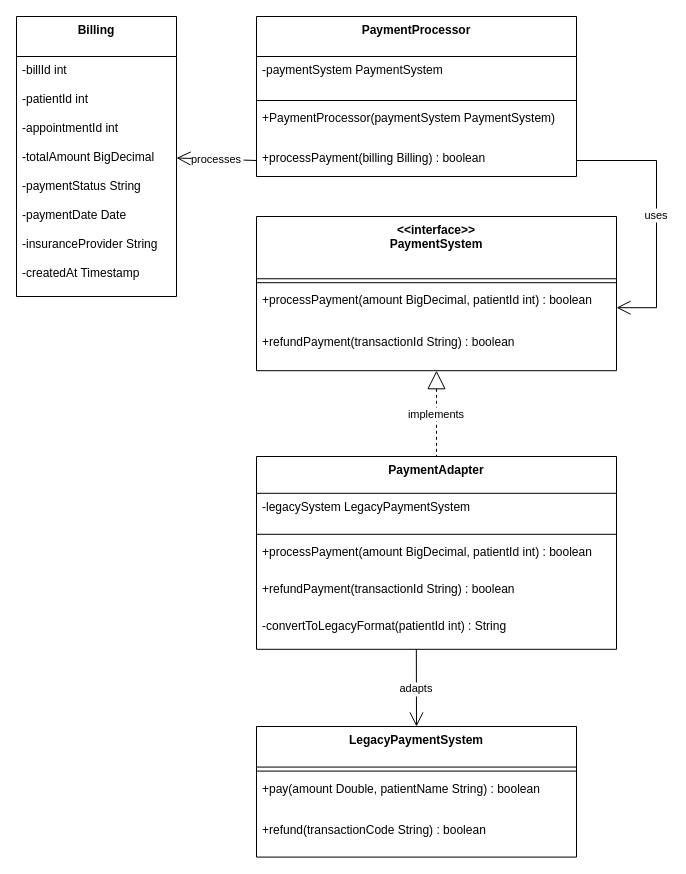
This is uml/Adapter.drawio from TAAgnes3110/DesignPatterns, a draw.io file, before an edit. Source tidied: cells renumbered, new cells numbered last; positions are measured from the earlier drawing's top-left corner, leaving out a move shared by most shapes. Both pictures are drawn from the tidied source at 100%, with x=0, y=0 at pixel (16, 16).
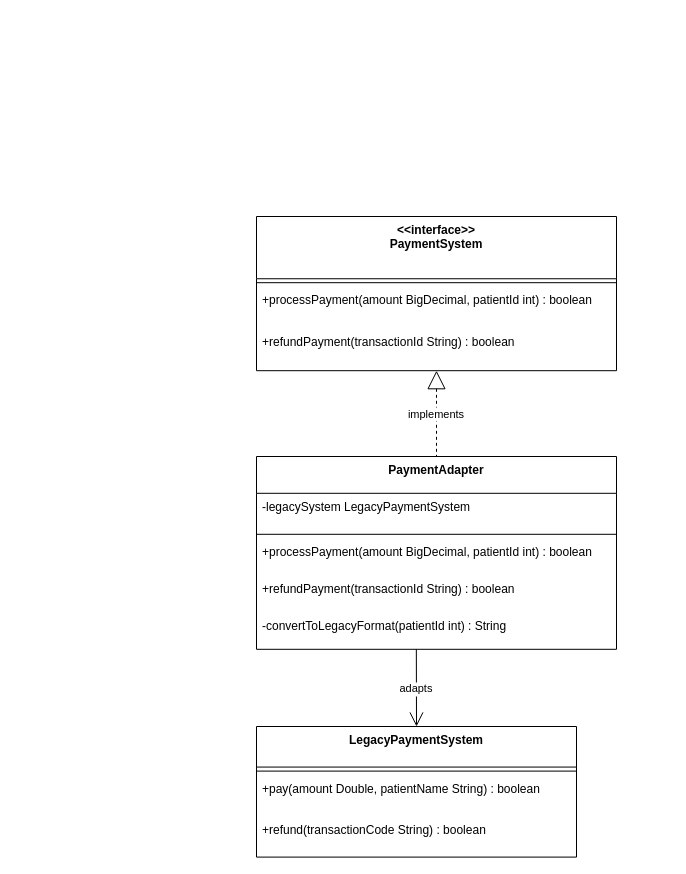
The same diagram, later.

Unchanged cells that the change refers to:
```xml
<mxCell id="13" value="+processPayment(amount BigDecimal, patientId int) : boolean" style="text;strokeColor=none;fillColor=none;align=left;verticalAlign=top;spacingLeft=4;spacingRight=4;overflow=hidden;points=[[0,0.5],[1,0.5]];portConstraint=eastwest;" parent="11" vertex="1">
  <mxGeometry y="70.2" width="360" height="42" as="geometry" />
</mxCell>
```

The edit, as a diff of the source:
```diff
@@
-    <mxCell id="2" value="Billing" style="swimlane;fontStyle=1;align=center;verticalAlign=top;horizontal=1;startSize=40;" parent="1" vertex="1">
-      <mxGeometry width="160" height="280" as="geometry" />
-    </mxCell>
-    <mxCell id="3" value="-billId int" style="text;strokeColor=none;fillColor=none;align=left;verticalAlign=top;spacingLeft=4;spacingRight=4;overflow=hidden;" parent="2" vertex="1">
-      <mxGeometry y="40" width="160" height="29" as="geometry" />
-    </mxCell>
-    <mxCell id="4" value="-patientId int" style="text;strokeColor=none;fillColor=none;align=left;verticalAlign=top;spacingLeft=4;spacingRight=4;overflow=hidden;" parent="2" vertex="1">
-      <mxGeometry y="69" width="160" height="29" as="geometry" />
-    </mxCell>
-    <mxCell id="5" value="-appointmentId int" style="text;strokeColor=none;fillColor=none;align=left;verticalAlign=top;spacingLeft=4;spacingRight=4;overflow=hidden;" parent="2" vertex="1">
-      <mxGeometry y="98" width="160" height="29" as="geometry" />
-    </mxCell>
-    <mxCell id="6" value="-totalAmount BigDecimal" style="text;strokeColor=none;fillColor=none;align=left;verticalAlign=top;spacingLeft=4;spacingRight=4;overflow=hidden;points=[[0,0.5],[1,0.5]];portConstraint=eastwest;" parent="2" vertex="1">
-      <mxGeometry y="127" width="160" height="29" as="geometry" />
-    </mxCell>
-    <mxCell id="7" value="-paymentStatus String" style="text;strokeColor=none;fillColor=none;align=left;verticalAlign=top;spacingLeft=4;spacingRight=4;overflow=hidden;" parent="2" vertex="1">
-      <mxGeometry y="156" width="160" height="29" as="geometry" />
-    </mxCell>
-    <mxCell id="8" value="-paymentDate Date" style="text;strokeColor=none;fillColor=none;align=left;verticalAlign=top;spacingLeft=4;spacingRight=4;overflow=hidden;" parent="2" vertex="1">
-      <mxGeometry y="185" width="160" height="29" as="geometry" />
-    </mxCell>
-    <mxCell id="9" value="-insuranceProvider String" style="text;strokeColor=none;fillColor=none;align=left;verticalAlign=top;spacingLeft=4;spacingRight=4;overflow=hidden;" parent="2" vertex="1">
-      <mxGeometry y="214" width="160" height="29" as="geometry" />
-    </mxCell>
-    <mxCell id="10" value="-createdAt Timestamp" style="text;strokeColor=none;fillColor=none;align=left;verticalAlign=top;spacingLeft=4;spacingRight=4;overflow=hidden;" parent="2" vertex="1">
-      <mxGeometry y="243" width="160" height="37" as="geometry" />
-    </mxCell>
@@
-    <mxCell id="25" value="PaymentProcessor" style="swimlane;fontStyle=1;align=center;verticalAlign=top;horizontal=1;startSize=40;" parent="1" vertex="1">
-      <mxGeometry x="240" width="320" height="160" as="geometry" />
-    </mxCell>
-    <mxCell id="26" value="-paymentSystem PaymentSystem" style="text;strokeColor=none;fillColor=none;align=left;verticalAlign=top;spacingLeft=4;spacingRight=4;overflow=hidden;" parent="25" vertex="1">
-      <mxGeometry y="40" width="320" height="40" as="geometry" />
-    </mxCell>
-    <mxCell id="27" style="line;strokeWidth=1;fillColor=none;align=left;verticalAlign=middle;spacingTop=-1;spacingLeft=3;spacingRight=3;labelPosition=right;strokeColor=inherit;" parent="25" vertex="1">
-      <mxGeometry y="80" width="320" height="8" as="geometry" />
-    </mxCell>
-    <mxCell id="28" value="+PaymentProcessor(paymentSystem PaymentSystem)" style="text;strokeColor=none;fillColor=none;align=left;verticalAlign=top;spacingLeft=4;spacingRight=4;overflow=hidden;" parent="25" vertex="1">
-      <mxGeometry y="88" width="320" height="40" as="geometry" />
-    </mxCell>
-    <mxCell id="29" value="+processPayment(billing Billing) : boolean" style="text;strokeColor=none;fillColor=none;align=left;verticalAlign=top;spacingLeft=4;spacingRight=4;overflow=hidden;points=[[0,0.5],[1,0.5]];portConstraint=eastwest;" parent="25" vertex="1">
-      <mxGeometry y="128" width="320" height="32" as="geometry" />
-    </mxCell>
@@
-    <mxCell id="32" value="uses" style="startArrow=none;endArrow=open;endSize=12;exitX=1;exitY=0.5;entryX=1;entryY=0.5;rounded=0;exitDx=0;exitDy=0;entryDx=0;entryDy=0;edgeStyle=orthogonalEdgeStyle;" parent="1" edge="1" source="29" target="13">
-      <mxGeometry relative="1" as="geometry">
-        <Array as="points">
-          <mxPoint x="640" y="144" />
-          <mxPoint x="640" y="291" />
-        </Array>
-      </mxGeometry>
-    </mxCell>
-    <mxCell id="33" value="processes" style="startArrow=none;endArrow=open;endSize=12;exitX=0;exitY=0.5;entryX=1;entryY=0.5;rounded=0;exitDx=0;exitDy=0;entryDx=0;entryDy=0;" parent="1" edge="1" source="29" target="6">
-      <mxGeometry relative="1" as="geometry" />
-    </mxCell>
```
